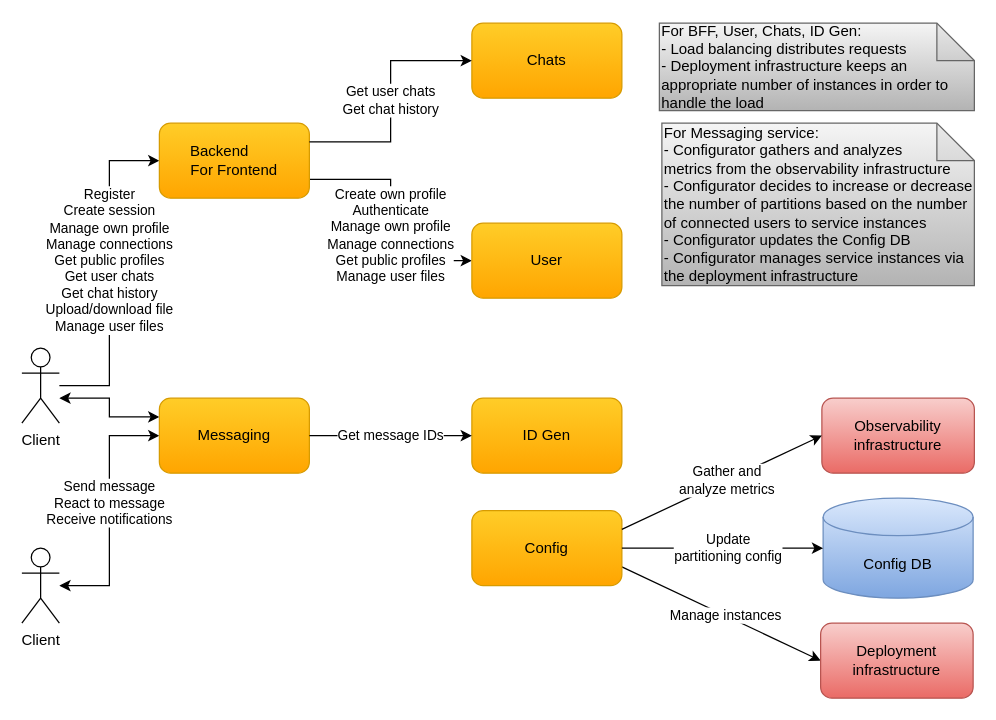
This is docs/diagrams/cecochat-deployment.drawio from cvetomir-todorov/CecoChat, a draw.io file, before an edit. Source tidied: cells renumbered, new cells numbered last; positions are measured from the earlier drawing's top-left corner, leaving out a move shared by most shapes. Both pictures are drawn from the tidied source at 125%, with x=0, y=0 at pixel (21, 22).
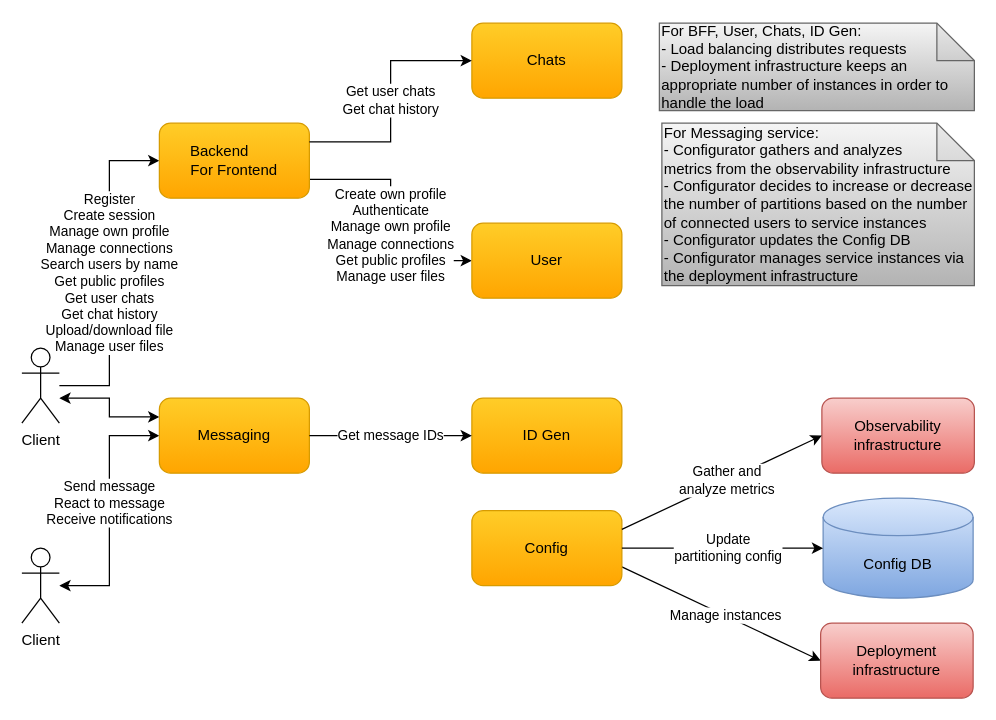
The same diagram, later.

Commit message (it also covers changes not shown here):
Update diagrams with support for searching users by name

Unchanged cells that the change refers to:
```xml
<mxCell id="7" value="Client" style="shape=umlActor;verticalLabelPosition=bottom;verticalAlign=top;html=1;outlineConnect=0;" parent="1" vertex="1">
  <mxGeometry y="260" width="30" height="60" as="geometry" />
</mxCell>
<mxCell id="15" value="&lt;font style=&quot;font-size: 12px&quot;&gt;Backend&amp;nbsp; &amp;nbsp; &amp;nbsp; &amp;nbsp;&lt;br&gt;For Frontend&lt;/font&gt;" style="rounded=1;whiteSpace=wrap;html=1;gradientColor=#ffa500;fillColor=#ffcd28;strokeColor=#d79b00;" parent="1" vertex="1">
  <mxGeometry x="110" y="80" width="120" height="60" as="geometry" />
</mxCell>
```

The edit, as a diff of the source:
```diff
@@
-    <mxCell id="5" value="Register&lt;br style=&quot;border-color: var(--border-color);&quot;&gt;Create session&lt;br style=&quot;border-color: var(--border-color);&quot;&gt;Manage own&amp;nbsp;profile&lt;br style=&quot;border-color: var(--border-color);&quot;&gt;Manage connections&lt;br style=&quot;border-color: var(--border-color);&quot;&gt;Get public profiles&lt;br style=&quot;border-color: var(--border-color);&quot;&gt;Get user chats&lt;br style=&quot;border-color: var(--border-color);&quot;&gt;Get chat history&lt;br style=&quot;border-color: var(--border-color);&quot;&gt;Upload/download file&lt;br style=&quot;border-color: var(--border-color);&quot;&gt;Manage user files" style="edgeStyle=orthogonalEdgeStyle;rounded=0;jettySize=auto;html=1;entryX=0;entryY=0.5;entryDx=0;entryDy=0;" parent="1" edge="1" source="7" target="15">
-      <mxGeometry x="0.08" relative="1" as="geometry" />
+    <mxCell id="5" value="Register&lt;br style=&quot;border-color: var(--border-color);&quot;&gt;Create session&lt;br style=&quot;border-color: var(--border-color);&quot;&gt;Manage own&amp;nbsp;profile&lt;br style=&quot;border-color: var(--border-color);&quot;&gt;Manage connections&lt;br&gt;Search users by name&lt;br style=&quot;border-color: var(--border-color);&quot;&gt;Get public profiles&lt;br style=&quot;border-color: var(--border-color);&quot;&gt;Get user chats&lt;br style=&quot;border-color: var(--border-color);&quot;&gt;Get chat history&lt;br style=&quot;border-color: var(--border-color);&quot;&gt;Upload/download file&lt;br style=&quot;border-color: var(--border-color);&quot;&gt;Manage user files" style="edgeStyle=orthogonalEdgeStyle;rounded=0;jettySize=auto;html=1;entryX=0;entryY=0.5;entryDx=0;entryDy=0;" parent="1" edge="1" source="7" target="15">
+      <mxGeometry relative="1" as="geometry" />
     </mxCell>
```
